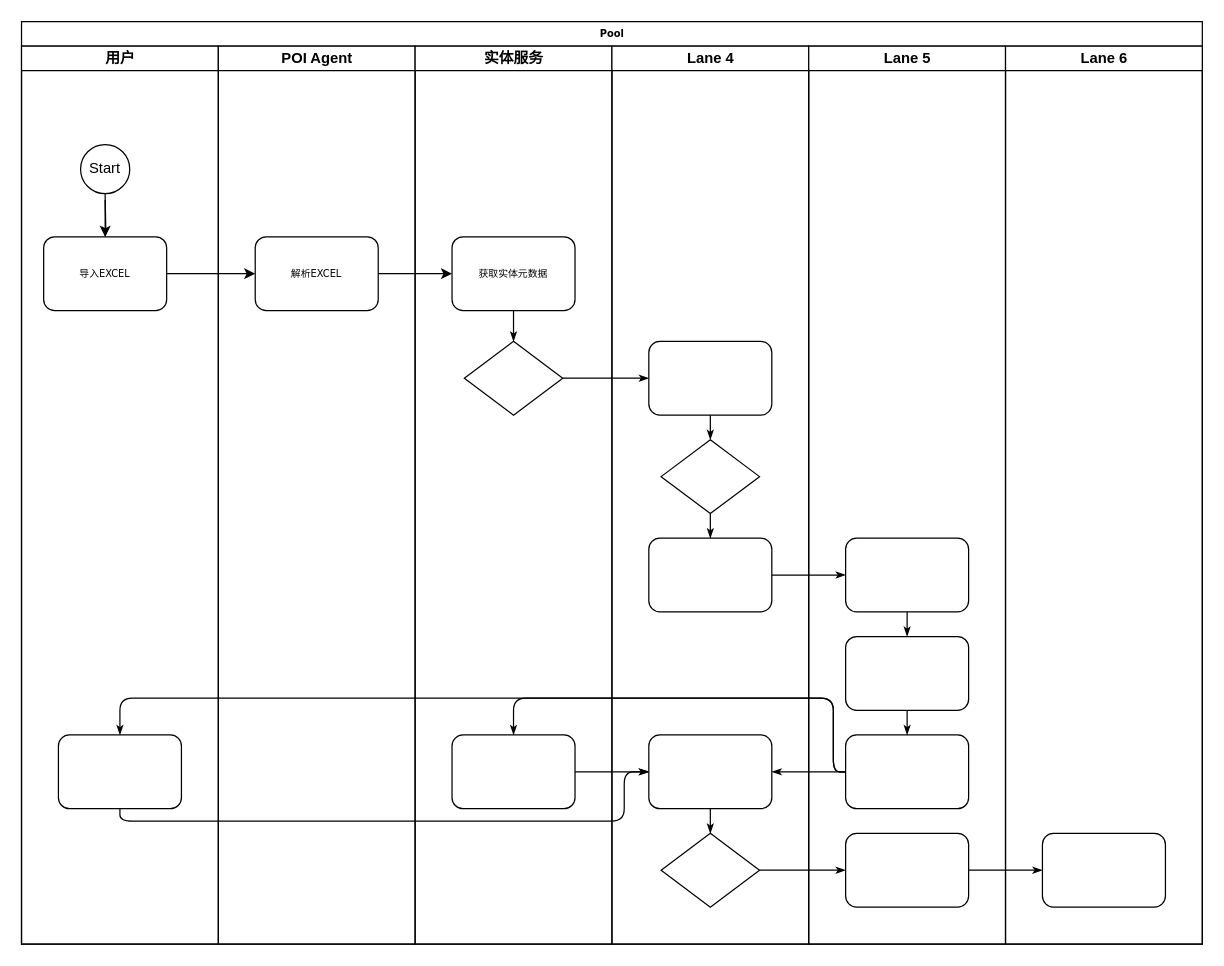
Before: Excel-import.drawio in Mellonlee/DRAWIO_PUB, a draw.io diagram. Source tidied: cells renumbered, new cells numbered last; positions are measured from the earlier drawing's top-left corner, leaving out a move shared by most shapes. Both pictures are drawn from the tidied source at 123%, with x=0, y=0 at pixel (21, 21).
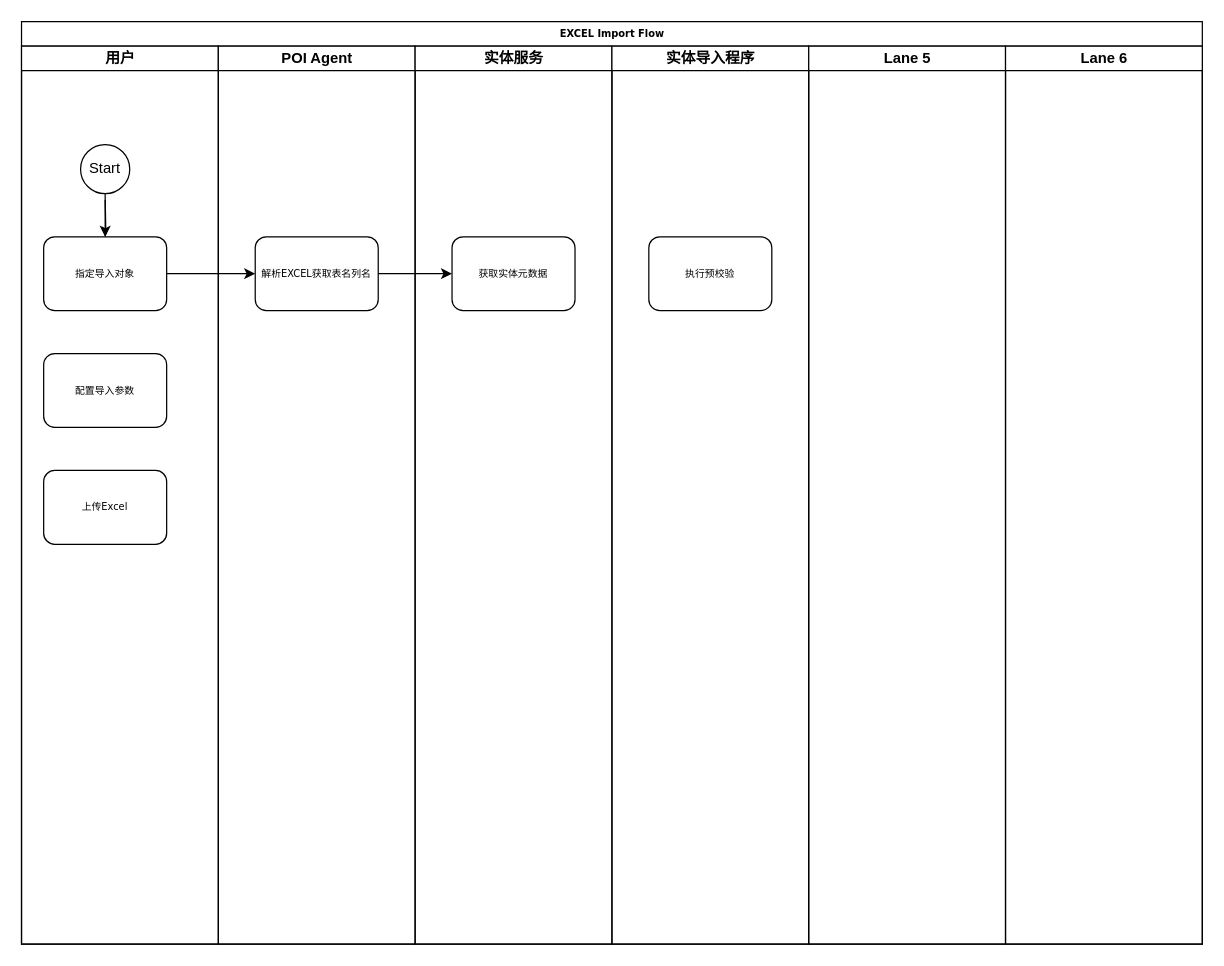
The same page after the edit.

Unchanged cells that the change refers to:
```xml
<mxCell id="12" value="用户" style="swimlane;html=1;startSize=20;" parent="2" vertex="1">
  <mxGeometry y="20" width="160" height="730" as="geometry" />
</mxCell>
<mxCell id="18" value="POI Agent" style="swimlane;html=1;startSize=20;" parent="2" vertex="1">
  <mxGeometry x="160" y="20" width="160" height="730" as="geometry" />
</mxCell>
<mxCell id="20" value="实体服务" style="swimlane;html=1;startSize=20;" parent="2" vertex="1">
  <mxGeometry x="320" y="20" width="160" height="730" as="geometry" />
</mxCell>
<mxCell id="21" value="获取实体元数据" style="rounded=1;whiteSpace=wrap;html=1;shadow=0;labelBackgroundColor=none;strokeColor=#000000;strokeWidth=1;fillColor=#ffffff;fontFamily=Verdana;fontSize=8;fontColor=#000000;align=center;" parent="20" vertex="1">
  <mxGeometry x="30" y="155" width="100" height="60" as="geometry" />
</mxCell>
<mxCell id="34" value="Lane 5" style="swimlane;html=1;startSize=20;" parent="2" vertex="1">
  <mxGeometry x="640" y="20" width="160" height="730" as="geometry" />
</mxCell>
<mxCell id="41" value="Lane 6" style="swimlane;html=1;startSize=20;" parent="2" vertex="1">
  <mxGeometry x="800" y="20" width="160" height="730" as="geometry" />
</mxCell>
```

The edit, as a diff of the source:
```diff
@@
-    <mxCell id="2" value="Pool" style="swimlane;html=1;startSize=20;rounded=0;shadow=0;labelBackgroundColor=none;strokeColor=#000000;strokeWidth=1;fillColor=#ffffff;fontFamily=Verdana;fontSize=8;fontColor=#000000;align=center;" parent="1" vertex="1">
+    <mxCell id="2" value="EXCEL Import Flow" style="swimlane;html=1;startSize=20;rounded=0;shadow=0;labelBackgroundColor=none;strokeColor=#000000;strokeWidth=1;fillColor=#ffffff;fontFamily=Verdana;fontSize=8;fontColor=#000000;align=center;" parent="1" vertex="1">
       <mxGeometry width="960" height="750" as="geometry" />
     </mxCell>
-    <mxCell id="3" style="edgeStyle=orthogonalEdgeStyle;rounded=1;html=1;labelBackgroundColor=none;startArrow=none;startFill=0;startSize=5;endArrow=classicThin;endFill=1;endSize=5;jettySize=auto;strokeColor=#000000;strokeWidth=1;fontFamily=Verdana;fontSize=8;fontColor=#000000;" parent="2" edge="1" source="22" target="26">
-      <mxGeometry relative="1" as="geometry" />
-    </mxCell>
-    <mxCell id="4" style="edgeStyle=orthogonalEdgeStyle;rounded=1;html=1;labelBackgroundColor=none;startArrow=none;startFill=0;startSize=5;endArrow=classicThin;endFill=1;endSize=5;jettySize=auto;strokeColor=#000000;strokeWidth=1;fontFamily=Verdana;fontSize=8;fontColor=#000000;" parent="2" edge="1" source="30" target="38">
-      <mxGeometry relative="1" as="geometry" />
-    </mxCell>
-    <mxCell id="5" style="edgeStyle=orthogonalEdgeStyle;rounded=1;html=1;labelBackgroundColor=none;startArrow=none;startFill=0;startSize=5;endArrow=classicThin;endFill=1;endSize=5;jettySize=auto;strokeColor=#000000;strokeWidth=1;fontFamily=Verdana;fontSize=8;fontColor=#000000;" parent="2" edge="1" source="38" target="42">
-      <mxGeometry relative="1" as="geometry" />
-    </mxCell>
-    <mxCell id="6" style="edgeStyle=orthogonalEdgeStyle;rounded=1;html=1;labelBackgroundColor=none;startArrow=none;startFill=0;startSize=5;endArrow=classicThin;endFill=1;endSize=5;jettySize=auto;strokeColor=#000000;strokeWidth=1;fontFamily=Verdana;fontSize=8;fontColor=#000000;" parent="2" edge="1" source="28" target="35">
-      <mxGeometry relative="1" as="geometry" />
+    <mxCell id="6" style="edgeStyle=orthogonalEdgeStyle;rounded=1;html=1;labelBackgroundColor=none;startArrow=none;startFill=0;startSize=5;endArrow=classicThin;endFill=1;endSize=5;jettySize=auto;orthogonalLoop=1;strokeColor=#000000;strokeWidth=1;fontFamily=Verdana;fontSize=8;fontColor=#000000;" parent="2" edge="1">
+      <mxGeometry relative="1" as="geometry">
+        <mxPoint x="670" y="450" as="targetPoint" />
+      </mxGeometry>
     </mxCell>
-    <mxCell id="7" style="edgeStyle=orthogonalEdgeStyle;rounded=1;html=1;labelBackgroundColor=none;startArrow=none;startFill=0;startSize=5;endArrow=classicThin;endFill=1;endSize=5;jettySize=auto;strokeColor=#000000;strokeWidth=1;fontFamily=Verdana;fontSize=8;fontColor=#000000;" parent="2" edge="1" source="37" target="23">
+    <mxCell id="7" style="edgeStyle=orthogonalEdgeStyle;rounded=1;html=1;labelBackgroundColor=none;startArrow=none;startFill=0;startSize=5;endArrow=classicThin;endFill=1;endSize=5;jettySize=auto;orthogonalLoop=1;strokeColor=#000000;strokeWidth=1;fontFamily=Verdana;fontSize=8;fontColor=#000000;" parent="2" edge="1">
       <mxGeometry relative="1" as="geometry">
+        <mxPoint x="400" y="580" as="targetPoint" />
         <Array as="points">
           <mxPoint x="660" y="610" />
           <mxPoint x="660" y="550" />
           <mxPoint x="400" y="550" />
         </Array>
       </mxGeometry>
     </mxCell>
-    <mxCell id="8" style="edgeStyle=orthogonalEdgeStyle;rounded=1;html=1;labelBackgroundColor=none;startArrow=none;startFill=0;startSize=5;endArrow=classicThin;endFill=1;endSize=5;jettySize=auto;strokeColor=#000000;strokeWidth=1;fontFamily=Verdana;fontSize=8;fontColor=#000000;" parent="2" edge="1" source="37" target="29">
-      <mxGeometry relative="1" as="geometry" />
+    <mxCell id="8" style="edgeStyle=orthogonalEdgeStyle;rounded=1;html=1;labelBackgroundColor=none;startArrow=none;startFill=0;startSize=5;endArrow=classicThin;endFill=1;endSize=5;jettySize=auto;orthogonalLoop=1;strokeColor=#000000;strokeWidth=1;fontFamily=Verdana;fontSize=8;fontColor=#000000;" parent="2" edge="1">
+      <mxGeometry relative="1" as="geometry">
+        <mxPoint x="610" y="610" as="targetPoint" />
+      </mxGeometry>
     </mxCell>
-    <mxCell id="9" style="edgeStyle=orthogonalEdgeStyle;rounded=1;html=1;labelBackgroundColor=none;startArrow=none;startFill=0;startSize=5;endArrow=classicThin;endFill=1;endSize=5;jettySize=auto;strokeColor=#000000;strokeWidth=1;fontFamily=Verdana;fontSize=8;fontColor=#000000;" parent="2" edge="1" source="37" target="13">
+    <mxCell id="9" style="edgeStyle=orthogonalEdgeStyle;rounded=1;html=1;labelBackgroundColor=none;startArrow=none;startFill=0;startSize=5;endArrow=classicThin;endFill=1;endSize=5;jettySize=auto;orthogonalLoop=1;strokeColor=#000000;strokeWidth=1;fontFamily=Verdana;fontSize=8;fontColor=#000000;" parent="2" edge="1">
       <mxGeometry relative="1" as="geometry">
+        <mxPoint x="80" y="580" as="targetPoint" />
         <Array as="points">
           <mxPoint x="660" y="610" />
           <mxPoint x="660" y="550" />
           <mxPoint x="80" y="550" />
         </Array>
       </mxGeometry>
     </mxCell>
-    <mxCell id="10" style="edgeStyle=orthogonalEdgeStyle;rounded=1;html=1;labelBackgroundColor=none;startArrow=none;startFill=0;startSize=5;endArrow=classicThin;endFill=1;endSize=5;jettySize=auto;strokeColor=#000000;strokeWidth=1;fontFamily=Verdana;fontSize=8;fontColor=#000000;" parent="2" edge="1" source="13" target="29">
+    <mxCell id="10" style="edgeStyle=orthogonalEdgeStyle;rounded=1;html=1;labelBackgroundColor=none;startArrow=none;startFill=0;startSize=5;endArrow=classicThin;endFill=1;endSize=5;jettySize=auto;orthogonalLoop=1;strokeColor=#000000;strokeWidth=1;fontFamily=Verdana;fontSize=8;fontColor=#000000;" parent="2" edge="1">
       <mxGeometry relative="1" as="geometry">
+        <mxPoint x="80" y="640" as="sourcePoint" />
         <Array as="points">
           <mxPoint x="80" y="650" />
           <mxPoint x="490" y="650" />
           <mxPoint x="490" y="610" />
         </Array>
       </mxGeometry>
     </mxCell>
-    <mxCell id="11" style="edgeStyle=orthogonalEdgeStyle;rounded=1;html=1;labelBackgroundColor=none;startArrow=none;startFill=0;startSize=5;endArrow=classicThin;endFill=1;endSize=5;jettySize=auto;strokeColor=#000000;strokeWidth=1;fontFamily=Verdana;fontSize=8;fontColor=#000000;" parent="2" edge="1" source="23" target="29">
-      <mxGeometry relative="1" as="geometry" />
+    <mxCell id="11" style="edgeStyle=orthogonalEdgeStyle;rounded=1;html=1;labelBackgroundColor=none;startArrow=none;startFill=0;startSize=5;endArrow=classicThin;endFill=1;endSize=5;jettySize=auto;orthogonalLoop=1;strokeColor=#000000;strokeWidth=1;fontFamily=Verdana;fontSize=8;fontColor=#000000;" parent="2" edge="1">
+      <mxGeometry relative="1" as="geometry">
+        <mxPoint x="450" y="610" as="sourcePoint" />
+      </mxGeometry>
     </mxCell>
@@
-    <mxCell id="13" style="rounded=1;whiteSpace=wrap;html=1;shadow=0;labelBackgroundColor=none;strokeColor=#000000;strokeWidth=1;fillColor=#ffffff;fontFamily=Verdana;fontSize=8;fontColor=#000000;align=center;" parent="12" vertex="1">
-      <mxGeometry x="30" y="560" width="100" height="60" as="geometry" />
-    </mxCell>
-    <mxCell id="14" value="导入EXCEL" style="rounded=1;whiteSpace=wrap;html=1;shadow=0;labelBackgroundColor=none;strokeColor=#000000;strokeWidth=1;fillColor=#ffffff;fontFamily=Verdana;fontSize=8;fontColor=#000000;align=center;" parent="12" vertex="1">
+    <mxCell id="14" value="指定导入对象" style="rounded=1;whiteSpace=wrap;html=1;shadow=0;labelBackgroundColor=none;strokeColor=#000000;strokeWidth=1;fillColor=#ffffff;fontFamily=Verdana;fontSize=8;fontColor=#000000;align=center;" parent="12" vertex="1">
       <mxGeometry x="18" y="155" width="100" height="60" as="geometry" />
     </mxCell>
@@
+    <mxCell id="45" value="配置导入参数" style="rounded=1;whiteSpace=wrap;html=1;shadow=0;labelBackgroundColor=none;strokeColor=#000000;strokeWidth=1;fillColor=#ffffff;fontFamily=Verdana;fontSize=8;fontColor=#000000;align=center;" parent="12" vertex="1">
+      <mxGeometry x="18" y="250" width="100" height="60" as="geometry" />
+    </mxCell>
+    <mxCell id="46" value="上传Excel" style="rounded=1;whiteSpace=wrap;html=1;shadow=0;labelBackgroundColor=none;strokeColor=#000000;strokeWidth=1;fillColor=#ffffff;fontFamily=Verdana;fontSize=8;fontColor=#000000;align=center;" parent="12" vertex="1">
+      <mxGeometry x="18" y="345" width="100" height="60" as="geometry" />
+    </mxCell>
@@
-    <mxCell id="19" value="解析EXCEL" style="rounded=1;whiteSpace=wrap;html=1;shadow=0;labelBackgroundColor=none;strokeColor=#000000;strokeWidth=1;fillColor=#ffffff;fontFamily=Verdana;fontSize=8;fontColor=#000000;align=center;" parent="18" vertex="1">
+    <mxCell id="19" value="解析EXCEL获取表名列名" style="rounded=1;whiteSpace=wrap;html=1;shadow=0;labelBackgroundColor=none;strokeColor=#000000;strokeWidth=1;fillColor=#ffffff;fontFamily=Verdana;fontSize=8;fontColor=#000000;align=center;" parent="18" vertex="1">
       <mxGeometry x="30" y="155" width="100" height="60" as="geometry" />
     </mxCell>
@@
-    <mxCell id="22" style="rhombus;whiteSpace=wrap;html=1;rounded=0;shadow=0;labelBackgroundColor=none;strokeColor=#000000;strokeWidth=1;fillColor=#ffffff;fontFamily=Verdana;fontSize=8;fontColor=#000000;align=center;" parent="20" vertex="1">
-      <mxGeometry x="40" y="240" width="80" height="60" as="geometry" />
-    </mxCell>
-    <mxCell id="23" style="rounded=1;whiteSpace=wrap;html=1;shadow=0;labelBackgroundColor=none;strokeColor=#000000;strokeWidth=1;fillColor=#ffffff;fontFamily=Verdana;fontSize=8;fontColor=#000000;align=center;" parent="20" vertex="1">
-      <mxGeometry x="30" y="560" width="100" height="60" as="geometry" />
-    </mxCell>
-    <mxCell id="24" style="edgeStyle=orthogonalEdgeStyle;rounded=1;html=1;labelBackgroundColor=none;startArrow=none;startFill=0;startSize=5;endArrow=classicThin;endFill=1;endSize=5;jettySize=auto;strokeColor=#000000;strokeWidth=1;fontFamily=Verdana;fontSize=8;fontColor=#000000;" parent="20" edge="1" source="21" target="22">
-      <mxGeometry relative="1" as="geometry" />
-    </mxCell>
-    <mxCell id="25" value="Lane 4" style="swimlane;html=1;startSize=20;" parent="2" vertex="1">
+    <mxCell id="25" value="实体导入程序" style="swimlane;html=1;startSize=20;" parent="2" vertex="1">
       <mxGeometry x="480" y="20" width="160" height="730" as="geometry" />
     </mxCell>
-    <mxCell id="26" style="rounded=1;whiteSpace=wrap;html=1;shadow=0;labelBackgroundColor=none;strokeColor=#000000;strokeWidth=1;fillColor=#ffffff;fontFamily=Verdana;fontSize=8;fontColor=#000000;align=center;" parent="25" vertex="1">
-      <mxGeometry x="30" y="240" width="100" height="60" as="geometry" />
-    </mxCell>
-    <mxCell id="27" style="rhombus;whiteSpace=wrap;html=1;rounded=0;shadow=0;labelBackgroundColor=none;strokeColor=#000000;strokeWidth=1;fillColor=#ffffff;fontFamily=Verdana;fontSize=8;fontColor=#000000;align=center;" parent="25" vertex="1">
-      <mxGeometry x="40" y="320" width="80" height="60" as="geometry" />
-    </mxCell>
-    <mxCell id="28" style="rounded=1;whiteSpace=wrap;html=1;shadow=0;labelBackgroundColor=none;strokeColor=#000000;strokeWidth=1;fillColor=#ffffff;fontFamily=Verdana;fontSize=8;fontColor=#000000;align=center;" parent="25" vertex="1">
-      <mxGeometry x="30" y="400" width="100" height="60" as="geometry" />
-    </mxCell>
-    <mxCell id="29" style="rounded=1;whiteSpace=wrap;html=1;shadow=0;labelBackgroundColor=none;strokeColor=#000000;strokeWidth=1;fillColor=#ffffff;fontFamily=Verdana;fontSize=8;fontColor=#000000;align=center;" parent="25" vertex="1">
-      <mxGeometry x="30" y="560" width="100" height="60" as="geometry" />
-    </mxCell>
-    <mxCell id="30" style="rhombus;whiteSpace=wrap;html=1;rounded=0;shadow=0;labelBackgroundColor=none;strokeColor=#000000;strokeWidth=1;fillColor=#ffffff;fontFamily=Verdana;fontSize=8;fontColor=#000000;align=center;" parent="25" vertex="1">
-      <mxGeometry x="40" y="640" width="80" height="60" as="geometry" />
-    </mxCell>
-    <mxCell id="31" style="edgeStyle=orthogonalEdgeStyle;rounded=1;html=1;labelBackgroundColor=none;startArrow=none;startFill=0;startSize=5;endArrow=classicThin;endFill=1;endSize=5;jettySize=auto;strokeColor=#000000;strokeWidth=1;fontFamily=Verdana;fontSize=8;fontColor=#000000;" parent="25" edge="1" source="26" target="27">
-      <mxGeometry relative="1" as="geometry" />
-    </mxCell>
-    <mxCell id="32" style="edgeStyle=orthogonalEdgeStyle;rounded=1;html=1;labelBackgroundColor=none;startArrow=none;startFill=0;startSize=5;endArrow=classicThin;endFill=1;endSize=5;jettySize=auto;strokeColor=#000000;strokeWidth=1;fontFamily=Verdana;fontSize=8;fontColor=#000000;" parent="25" edge="1" source="27" target="28">
-      <mxGeometry relative="1" as="geometry" />
-    </mxCell>
-    <mxCell id="33" style="edgeStyle=orthogonalEdgeStyle;rounded=1;html=1;labelBackgroundColor=none;startArrow=none;startFill=0;startSize=5;endArrow=classicThin;endFill=1;endSize=5;jettySize=auto;strokeColor=#000000;strokeWidth=1;fontFamily=Verdana;fontSize=8;fontColor=#000000;" parent="25" edge="1" source="29" target="30">
-      <mxGeometry relative="1" as="geometry" />
-    </mxCell>
+    <mxCell id="47" value="执行预校验" style="rounded=1;whiteSpace=wrap;html=1;shadow=0;labelBackgroundColor=none;strokeColor=#000000;strokeWidth=1;fillColor=#ffffff;fontFamily=Verdana;fontSize=8;fontColor=#000000;align=center;" parent="25" vertex="1">
+      <mxGeometry x="30" y="155" width="100" height="60" as="geometry" />
+    </mxCell>
@@
-    <mxCell id="35" style="rounded=1;whiteSpace=wrap;html=1;shadow=0;labelBackgroundColor=none;strokeColor=#000000;strokeWidth=1;fillColor=#ffffff;fontFamily=Verdana;fontSize=8;fontColor=#000000;align=center;" parent="34" vertex="1">
-      <mxGeometry x="30" y="400" width="100" height="60" as="geometry" />
-    </mxCell>
-    <mxCell id="36" style="rounded=1;whiteSpace=wrap;html=1;shadow=0;labelBackgroundColor=none;strokeColor=#000000;strokeWidth=1;fillColor=#ffffff;fontFamily=Verdana;fontSize=8;fontColor=#000000;align=center;" parent="34" vertex="1">
-      <mxGeometry x="30" y="480" width="100" height="60" as="geometry" />
-    </mxCell>
-    <mxCell id="37" style="rounded=1;whiteSpace=wrap;html=1;shadow=0;labelBackgroundColor=none;strokeColor=#000000;strokeWidth=1;fillColor=#ffffff;fontFamily=Verdana;fontSize=8;fontColor=#000000;align=center;" parent="34" vertex="1">
-      <mxGeometry x="30" y="560" width="100" height="60" as="geometry" />
-    </mxCell>
-    <mxCell id="38" style="rounded=1;whiteSpace=wrap;html=1;shadow=0;labelBackgroundColor=none;strokeColor=#000000;strokeWidth=1;fillColor=#ffffff;fontFamily=Verdana;fontSize=8;fontColor=#000000;align=center;" parent="34" vertex="1">
-      <mxGeometry x="30" y="640" width="100" height="60" as="geometry" />
-    </mxCell>
-    <mxCell id="39" style="edgeStyle=orthogonalEdgeStyle;rounded=1;html=1;labelBackgroundColor=none;startArrow=none;startFill=0;startSize=5;endArrow=classicThin;endFill=1;endSize=5;jettySize=auto;strokeColor=#000000;strokeWidth=1;fontFamily=Verdana;fontSize=8;fontColor=#000000;" parent="34" edge="1" source="35" target="36">
-      <mxGeometry relative="1" as="geometry" />
+    <mxCell id="39" style="edgeStyle=orthogonalEdgeStyle;rounded=1;html=1;labelBackgroundColor=none;startArrow=none;startFill=0;startSize=5;endArrow=classicThin;endFill=1;endSize=5;jettySize=auto;orthogonalLoop=1;strokeColor=#000000;strokeWidth=1;fontFamily=Verdana;fontSize=8;fontColor=#000000;" parent="34" edge="1">
+      <mxGeometry relative="1" as="geometry">
+        <mxPoint x="80" y="480" as="targetPoint" />
+      </mxGeometry>
     </mxCell>
-    <mxCell id="40" style="edgeStyle=orthogonalEdgeStyle;rounded=1;html=1;labelBackgroundColor=none;startArrow=none;startFill=0;startSize=5;endArrow=classicThin;endFill=1;endSize=5;jettySize=auto;strokeColor=#000000;strokeWidth=1;fontFamily=Verdana;fontSize=8;fontColor=#000000;" parent="34" edge="1" source="36" target="37">
-      <mxGeometry relative="1" as="geometry" />
+    <mxCell id="40" style="edgeStyle=orthogonalEdgeStyle;rounded=1;html=1;labelBackgroundColor=none;startArrow=none;startFill=0;startSize=5;endArrow=classicThin;endFill=1;endSize=5;jettySize=auto;orthogonalLoop=1;strokeColor=#000000;strokeWidth=1;fontFamily=Verdana;fontSize=8;fontColor=#000000;" parent="34" edge="1">
+      <mxGeometry relative="1" as="geometry">
+        <mxPoint x="80" y="560" as="targetPoint" />
+      </mxGeometry>
     </mxCell>
@@
-    <mxCell id="42" style="rounded=1;whiteSpace=wrap;html=1;shadow=0;labelBackgroundColor=none;strokeColor=#000000;strokeWidth=1;fillColor=#ffffff;fontFamily=Verdana;fontSize=8;fontColor=#000000;align=center;" parent="41" vertex="1">
-      <mxGeometry x="30" y="640" width="100" height="60" as="geometry" />
-    </mxCell>
```
